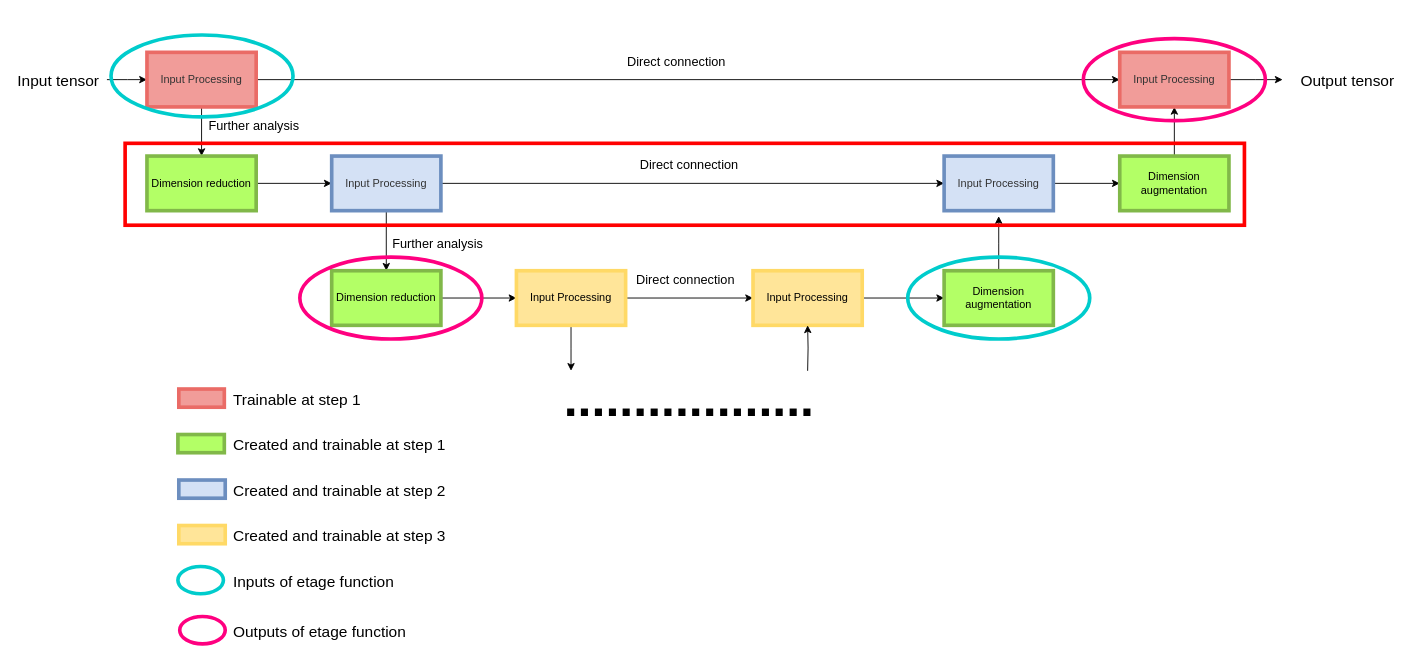
Before: AI/UNetwork_improvement_process.drawio in Rob174/Astronomy, a draw.io diagram. Source tidied: cells renumbered, new cells numbered last; positions are measured from the earlier drawing's top-left corner, leaving out a move shared by most shapes. Both pictures are drawn from the tidied source at 91%, with x=0, y=0 at pixel (15, 15).
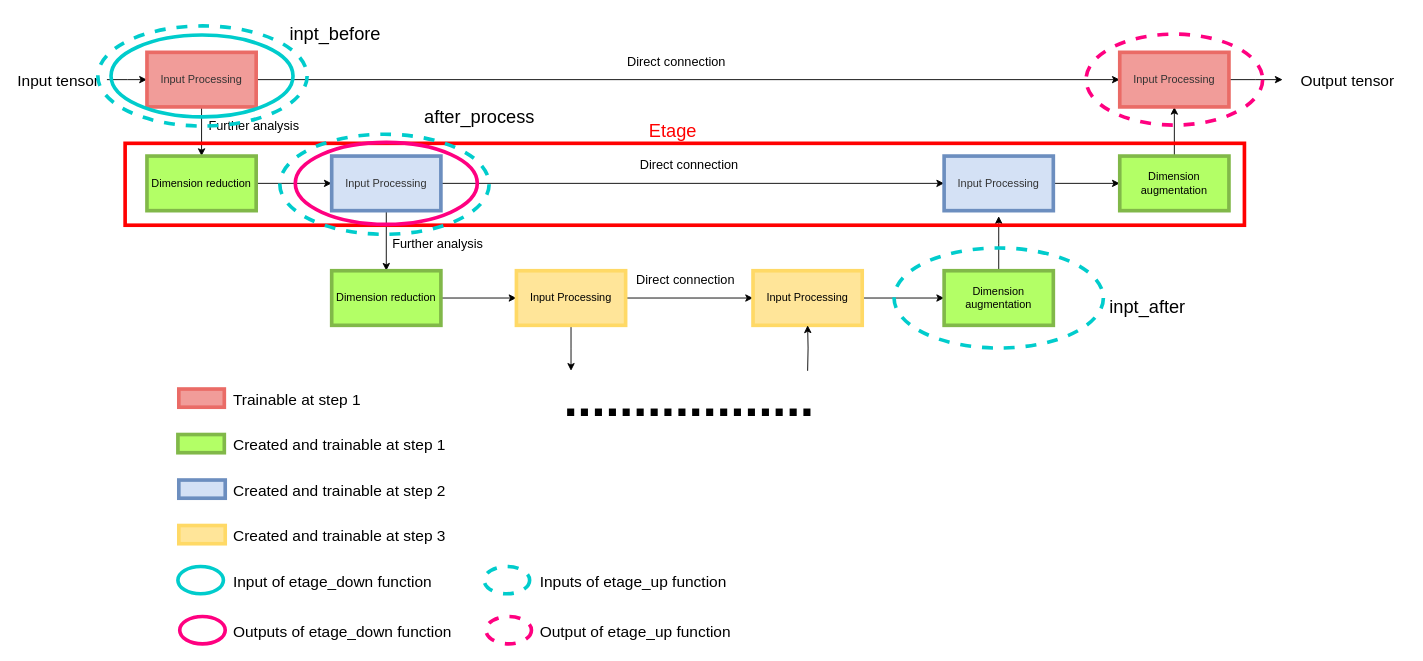
The same diagram, later.

Commit message (it also covers changes not shown here):
Update Unetwork diagram

What changed in the source:
```diff
@@
-    <mxCell id="45" style="ellipse;whiteSpace=wrap;html=1;strokeColor=#00CCCC;strokeWidth=4;fillColor=none;fontSize=17;" parent="1" vertex="1">
-      <mxGeometry x="980" y="265" width="200" height="90" as="geometry" />
-    </mxCell>
-    <mxCell id="46" style="ellipse;whiteSpace=wrap;html=1;strokeColor=#FF0080;strokeWidth=4;fillColor=none;fontSize=17;" parent="1" vertex="1">
-      <mxGeometry x="312" y="265" width="200" height="90" as="geometry" />
-    </mxCell>
-    <mxCell id="47" style="ellipse;whiteSpace=wrap;html=1;strokeColor=#FF0080;strokeWidth=4;fillColor=none;fontSize=17;" parent="1" vertex="1">
-      <mxGeometry x="1173" y="25" width="200" height="90" as="geometry" />
-    </mxCell>
@@
-    <mxCell id="50" value="&lt;font style=&quot;font-size: 17px&quot;&gt;Outputs of etage function&lt;/font&gt;" style="text;html=1;align=left;verticalAlign=top;spacingTop=-4;fontSize=17;" parent="1" vertex="1">
-      <mxGeometry x="237" y="665" width="210" height="20" as="geometry" />
+    <mxCell id="50" value="&lt;font style=&quot;font-size: 17px&quot;&gt;Outputs of etage_down function&lt;/font&gt;" style="text;html=1;align=left;verticalAlign=top;spacingTop=-4;fontSize=17;" parent="1" vertex="1">
+      <mxGeometry x="237" y="665" width="260" height="20" as="geometry" />
     </mxCell>
-    <mxCell id="51" value="&lt;font style=&quot;font-size: 17px&quot;&gt;Inputs of etage function&lt;/font&gt;" style="text;html=1;align=left;verticalAlign=top;spacingTop=-4;fontSize=17;" parent="1" vertex="1">
-      <mxGeometry x="237" y="610" width="190" height="20" as="geometry" />
+    <mxCell id="51" value="&lt;font style=&quot;font-size: 17px&quot;&gt;Input of etage_down function&lt;/font&gt;" style="text;html=1;align=left;verticalAlign=top;spacingTop=-4;fontSize=17;" parent="1" vertex="1">
+      <mxGeometry x="237" y="610" width="230" height="20" as="geometry" />
     </mxCell>
+    <mxCell id="52" value="&lt;font color=&quot;#ff0000&quot; style=&quot;font-size: 20px;&quot;&gt;Etage&lt;/font&gt;" style="text;html=1;align=left;verticalAlign=top;spacingTop=-4;fontSize=20;" parent="1" vertex="1">
+      <mxGeometry x="693.5" y="111" width="50" height="20" as="geometry" />
+    </mxCell>
+    <mxCell id="53" style="ellipse;whiteSpace=wrap;html=1;strokeColor=#FF0080;strokeWidth=4;fillColor=none;fontSize=17;" parent="1" vertex="1">
+      <mxGeometry x="307" y="139" width="200" height="90" as="geometry" />
+    </mxCell>
+    <mxCell id="54" style="ellipse;whiteSpace=wrap;html=1;strokeColor=#FF0080;strokeWidth=4;fillColor=none;fontSize=17;dashed=1;" parent="1" vertex="1">
+      <mxGeometry x="516.5" y="660" width="50" height="30" as="geometry" />
+    </mxCell>
+    <mxCell id="55" style="ellipse;whiteSpace=wrap;html=1;strokeColor=#00CCCC;strokeWidth=4;fillColor=none;fontSize=17;dashed=1;" parent="1" vertex="1">
+      <mxGeometry x="514.5" y="605" width="50" height="30" as="geometry" />
+    </mxCell>
+    <mxCell id="56" value="&lt;font style=&quot;font-size: 17px&quot;&gt;Output of etage_up function&lt;/font&gt;" style="text;html=1;align=left;verticalAlign=top;spacingTop=-4;fontSize=17;" parent="1" vertex="1">
+      <mxGeometry x="573.5" y="665" width="230" height="20" as="geometry" />
+    </mxCell>
+    <mxCell id="57" value="&lt;font style=&quot;font-size: 17px&quot;&gt;Inputs of etage_up function&lt;/font&gt;" style="text;html=1;align=left;verticalAlign=top;spacingTop=-4;fontSize=17;" parent="1" vertex="1">
+      <mxGeometry x="573.5" y="610" width="220" height="20" as="geometry" />
+    </mxCell>
+    <mxCell id="58" style="ellipse;whiteSpace=wrap;html=1;strokeColor=#00CCCC;strokeWidth=4;fillColor=none;fontSize=17;dashed=1;" parent="1" vertex="1">
+      <mxGeometry x="290" y="130" width="230" height="110" as="geometry" />
+    </mxCell>
+    <mxCell id="59" style="ellipse;whiteSpace=wrap;html=1;strokeColor=#00CCCC;strokeWidth=4;fillColor=none;fontSize=17;dashed=1;" parent="1" vertex="1">
+      <mxGeometry x="90" y="11" width="230" height="110" as="geometry" />
+    </mxCell>
+    <mxCell id="60" style="ellipse;whiteSpace=wrap;html=1;strokeColor=#00CCCC;strokeWidth=4;fillColor=none;fontSize=17;dashed=1;" parent="1" vertex="1">
+      <mxGeometry x="965" y="255" width="230" height="110" as="geometry" />
+    </mxCell>
+    <mxCell id="61" style="ellipse;whiteSpace=wrap;html=1;strokeColor=#FF0080;strokeWidth=4;fillColor=none;fontSize=17;dashed=1;" parent="1" vertex="1">
+      <mxGeometry x="1176" y="20" width="194" height="100" as="geometry" />
+    </mxCell>
+    <mxCell id="62" value="&lt;font&gt;inpt_before&lt;/font&gt;" style="text;html=1;align=left;verticalAlign=top;spacingTop=-4;fontSize=20;fontColor=#000000;" parent="1" vertex="1">
+      <mxGeometry x="299" y="5" width="120" height="30" as="geometry" />
+    </mxCell>
+    <mxCell id="63" value="&lt;font&gt;inpt_after&lt;/font&gt;" style="text;html=1;align=left;verticalAlign=top;spacingTop=-4;fontSize=20;fontColor=#000000;" parent="1" vertex="1">
+      <mxGeometry x="1200" y="305" width="100" height="30" as="geometry" />
+    </mxCell>
+    <mxCell id="64" value="&lt;font&gt;after_process&lt;/font&gt;" style="text;html=1;align=left;verticalAlign=top;spacingTop=-4;fontSize=20;fontColor=#000000;" parent="1" vertex="1">
+      <mxGeometry x="446.5" y="96" width="140" height="30" as="geometry" />
+    </mxCell>
```
